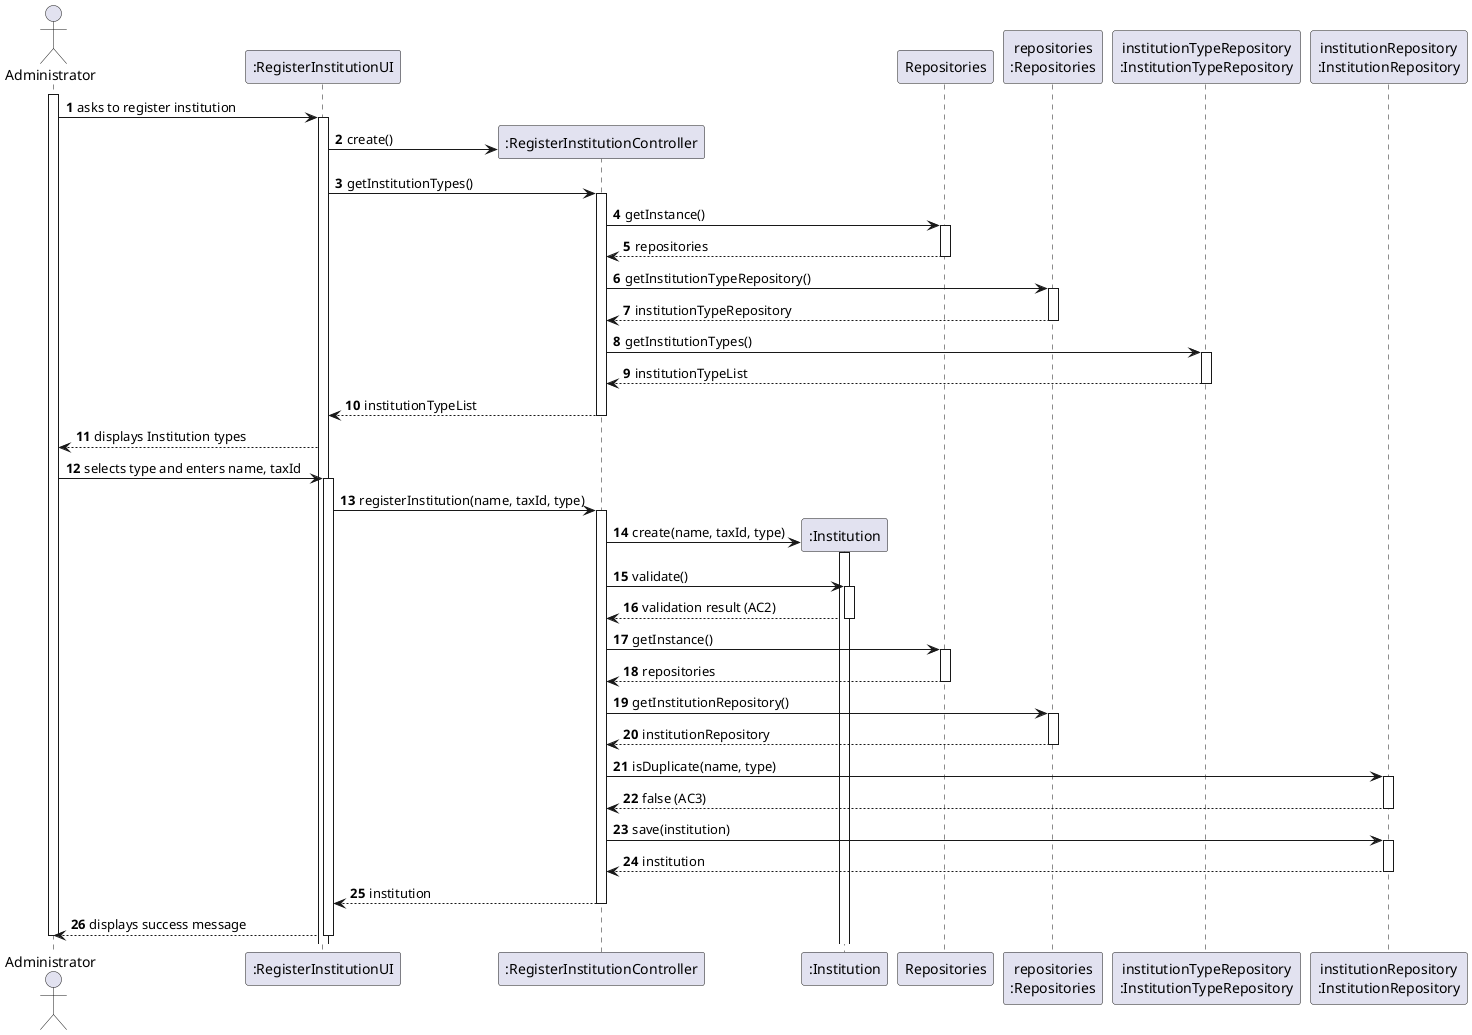
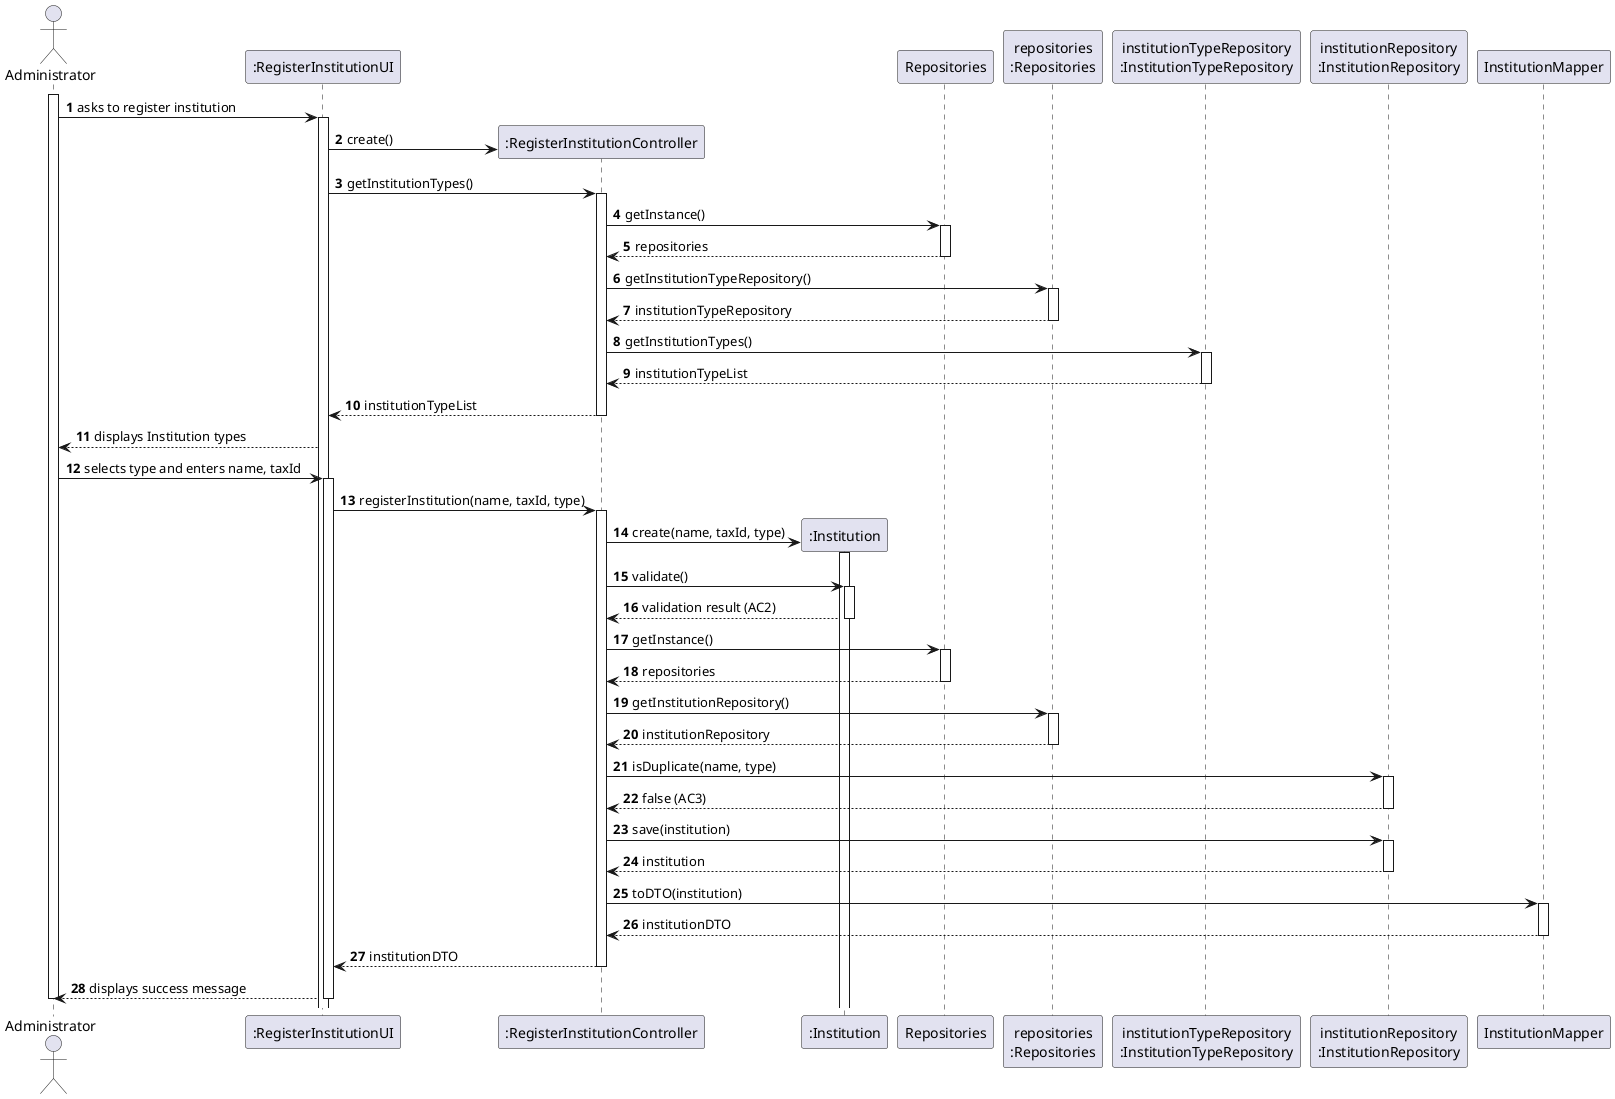
@startuml
skinparam packageStyle rectangle
skinparam shadowing false

autonumber

actor "Administrator" as ADMIN

participant ":RegisterInstitutionUI" as UI
participant ":RegisterInstitutionController" as CTRL
participant ":Institution" as INST
participant "Repositories" as REPOS
participant "repositories\n:Repositories" as REPOS_SINGLETON
participant "institutionTypeRepository\n:InstitutionTypeRepository" as TYPE_REPO
participant "institutionRepository\n:InstitutionRepository" as INST_REPO
+ participant "InstitutionMapper" as MAPPER

activate ADMIN

ADMIN -> UI : asks to register institution
activate UI

    UI -> CTRL** : create()

    UI -> CTRL : getInstitutionTypes()
    activate CTRL

        CTRL -> REPOS : getInstance()
        activate REPOS
            REPOS --> CTRL : repositories
        deactivate REPOS

        CTRL -> REPOS_SINGLETON : getInstitutionTypeRepository()
        activate REPOS_SINGLETON
            REPOS_SINGLETON --> CTRL : institutionTypeRepository
        deactivate REPOS_SINGLETON

        CTRL -> TYPE_REPO : getInstitutionTypes()
        activate TYPE_REPO
            TYPE_REPO --> CTRL : institutionTypeList
        deactivate TYPE_REPO

        CTRL --> UI : institutionTypeList
    deactivate CTRL

    UI --> ADMIN : displays Institution types

    ADMIN -> UI : selects type and enters name, taxId
    activate UI

        UI -> CTRL : registerInstitution(name, taxId, type)
        activate CTRL

            CTRL -> INST** : create(name, taxId, type)
            activate INST
            deactivate INST

            CTRL -> INST : validate()
            activate INST
                INST --> CTRL : validation result (AC2)
            deactivate INST

            CTRL -> REPOS : getInstance()
            activate REPOS
                REPOS --> CTRL : repositories
            deactivate REPOS

            CTRL -> REPOS_SINGLETON : getInstitutionRepository()
            activate REPOS_SINGLETON
                REPOS_SINGLETON --> CTRL : institutionRepository
            deactivate REPOS_SINGLETON

            CTRL -> INST_REPO : isDuplicate(name, type)
            activate INST_REPO
                INST_REPO --> CTRL : false (AC3)
            deactivate INST_REPO

            CTRL -> INST_REPO : save(institution)
            activate INST_REPO
                INST_REPO --> CTRL : institution
            deactivate INST_REPO

-             CTRL --> UI : institution
+             CTRL -> MAPPER : toDTO(institution)
+             activate MAPPER
+                 MAPPER --> CTRL : institutionDTO
+             deactivate MAPPER
+ 
+             CTRL --> UI : institutionDTO
        deactivate CTRL

    UI --> ADMIN : displays success message

deactivate UI
deactivate ADMIN

@enduml
